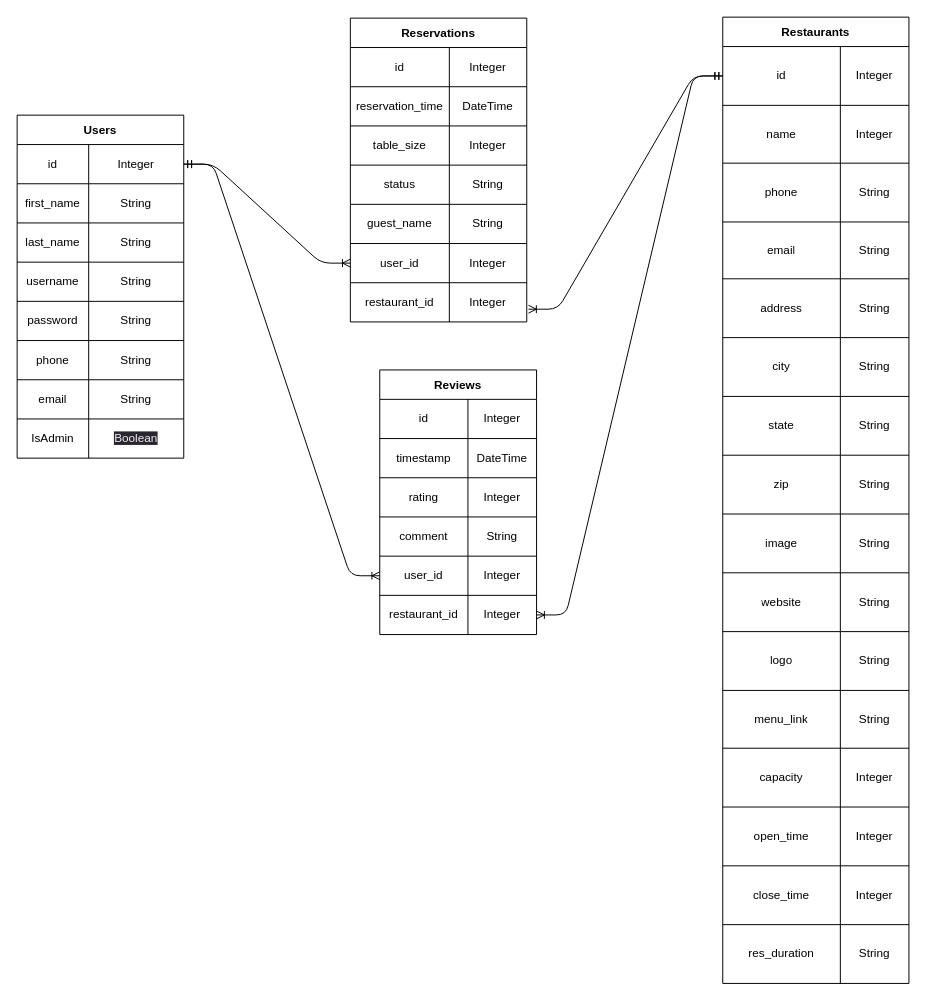
Earlier version of the draw.io diagram planning/database-schema.drawio (christopherthai/bite-reserve). Source tidied: cells renumbered, new cells numbered last; positions are measured from the earlier drawing's top-left corner, leaving out a move shared by most shapes. Both pictures are drawn from the tidied source at 98%, with x=0, y=0 at pixel (17, 17).
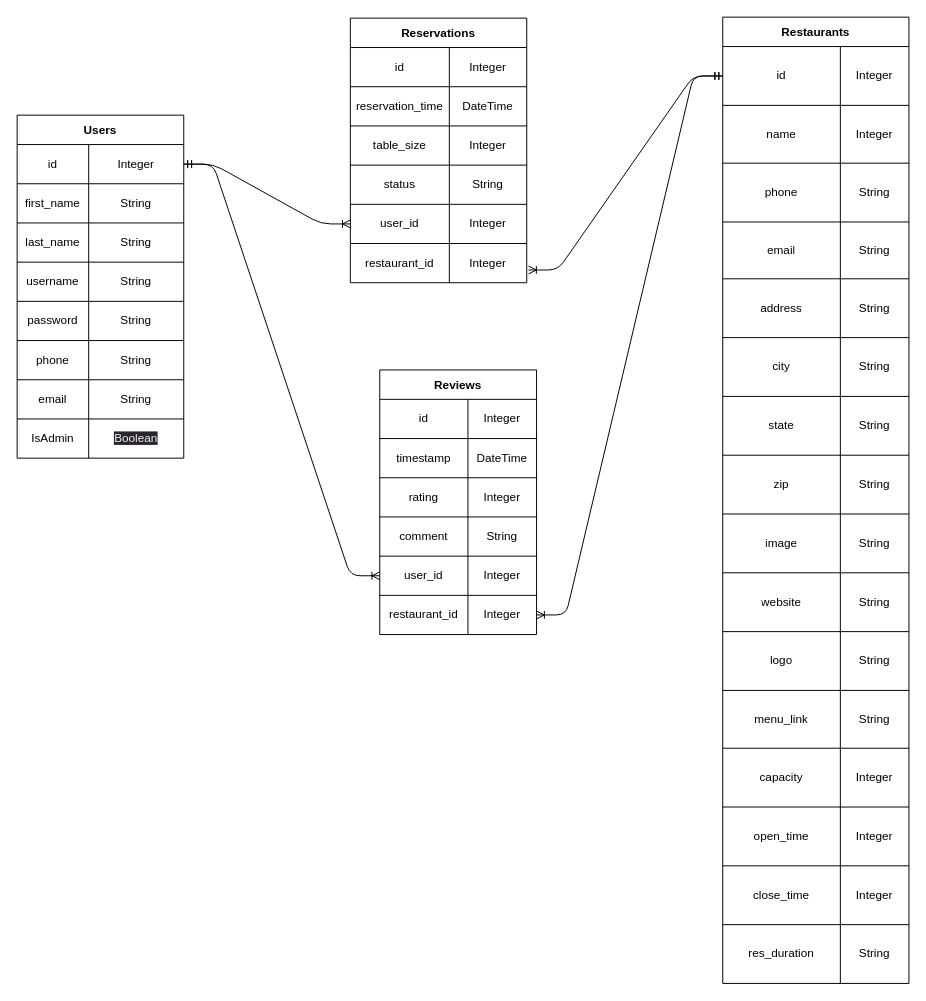
After the change.

The edit, as a diff of the source:
```diff
@@
     <mxCell id="76" value="Reservations" style="shape=table;startSize=30;childLayout=tableLayout;fontStyle=1;align=center;" parent="1" vertex="1">
-      <mxGeometry x="340" y="1" width="180" height="310" as="geometry" />
+      <mxGeometry x="340" y="1" width="180" height="270" as="geometry" />
     </mxCell>
@@
-    <mxCell id="89" style="shape=tableRow;horizontal=0;startSize=0;swimlaneHead=0;swimlaneBody=0;top=0;left=0;bottom=0;right=0;fillColor=none;" parent="76" vertex="1">
-      <mxGeometry y="190" width="180" height="40" as="geometry" />
-    </mxCell>
-    <mxCell id="90" value="guest_name" style="shape=partialRectangle;html=1;whiteSpace=wrap;fillColor=none;top=0;left=0;bottom=0;right=0;overflow=hidden;" parent="89" vertex="1">
-      <mxGeometry width="101" height="40" as="geometry" />
-    </mxCell>
-    <mxCell id="91" value="String" style="shape=partialRectangle;html=1;whiteSpace=wrap;fillColor=none;top=0;left=0;bottom=0;right=0;overflow=hidden;" parent="89" vertex="1">
-      <mxGeometry x="101" width="79" height="40" as="geometry" />
-    </mxCell>
     <mxCell id="92" style="shape=tableRow;horizontal=0;startSize=0;swimlaneHead=0;swimlaneBody=0;top=0;left=0;bottom=0;right=0;fillColor=none;points=[[0,0.5],[1,0.5]];portConstraint=eastwest;" parent="76" vertex="1">
-      <mxGeometry y="230" width="180" height="40" as="geometry" />
+      <mxGeometry y="190" width="180" height="40" as="geometry" />
     </mxCell>
@@
     <mxCell id="95" style="shape=tableRow;horizontal=0;startSize=0;swimlaneHead=0;swimlaneBody=0;top=0;left=0;bottom=0;right=0;fillColor=none;points=[[0,0.5],[1,0.5]];portConstraint=eastwest;" parent="76" vertex="1">
-      <mxGeometry y="270" width="180" height="40" as="geometry" />
+      <mxGeometry y="230" width="180" height="40" as="geometry" />
     </mxCell>
```
